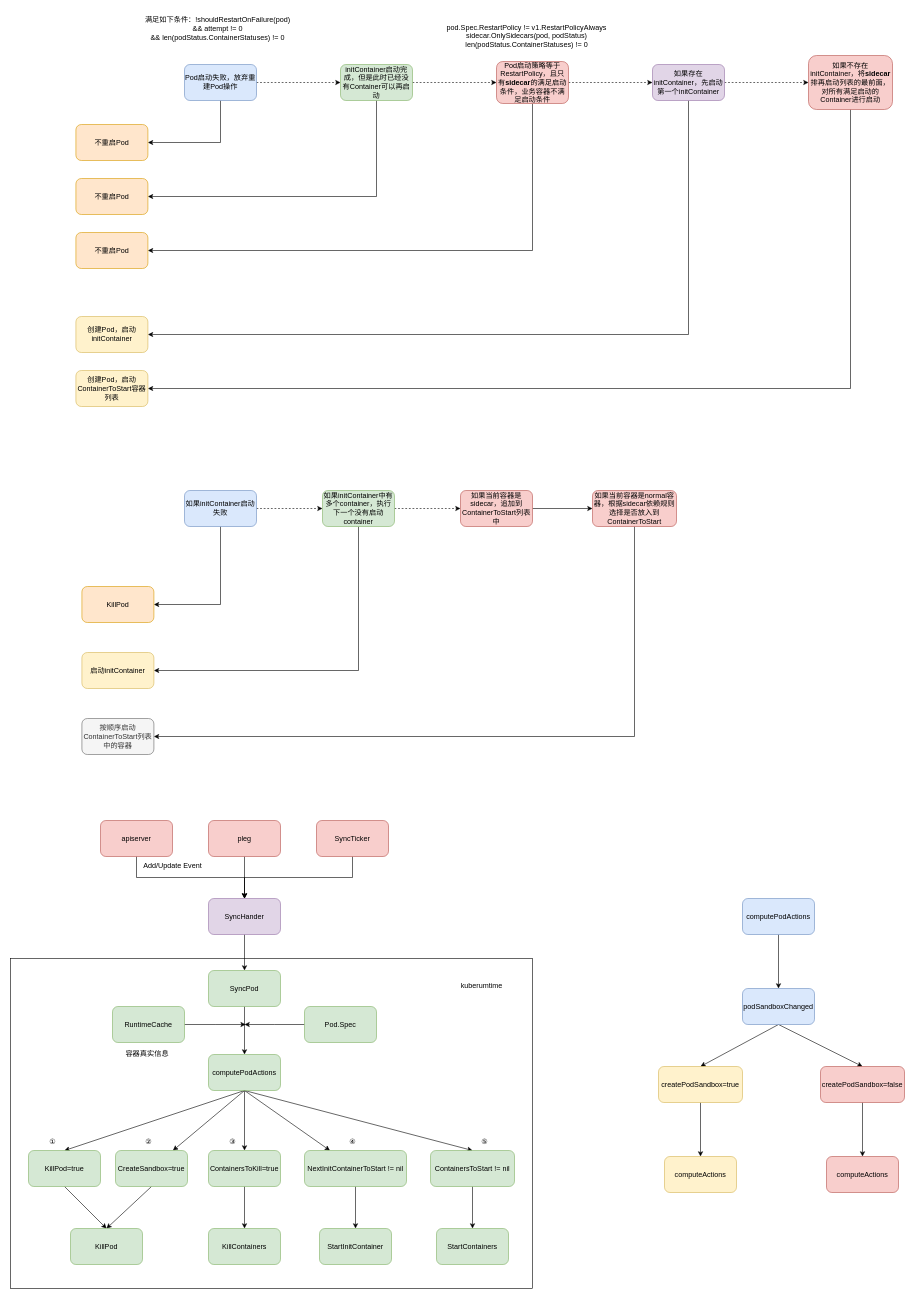
Earlier version of the draw.io diagram page "sidecar整改" (9 of 12) of kubelet/kubelet.drawio (jingrenzhou/drawio). Source tidied: cells renumbered, new cells numbered last; positions are measured from the earlier drawing's top-left corner, leaving out a move shared by most shapes. Both pictures are drawn from the tidied source at 60%, with x=0, y=0 at pixel (10, 10).
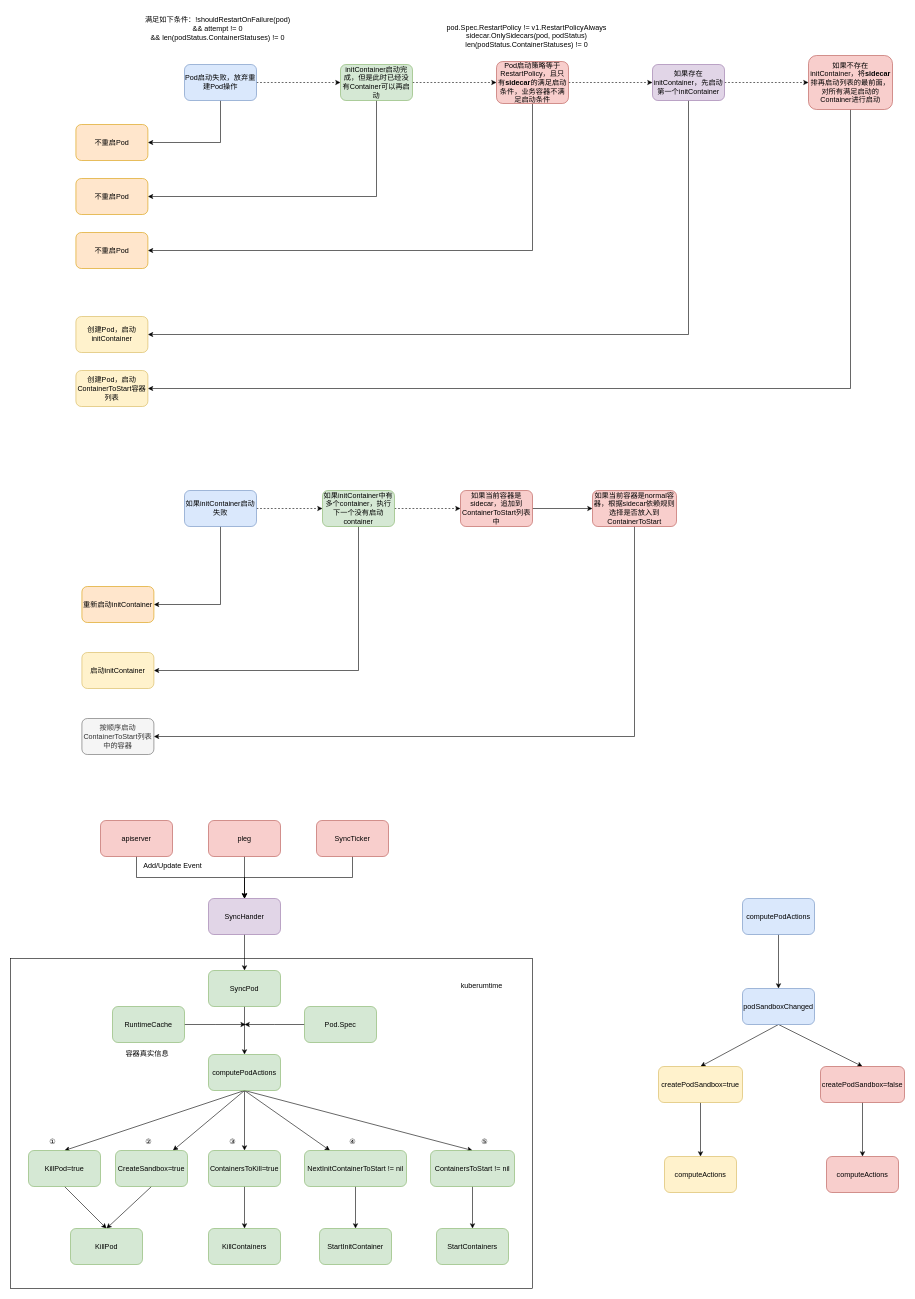
The same page after the edit.

Change to the diagram source:
```diff
@@
-    <mxCell id="27" value="KillPod" style="rounded=1;whiteSpace=wrap;html=1;fillColor=#ffe6cc;strokeColor=#d79b00;" parent="1" vertex="1">
+    <mxCell id="27" value="重新启动initContainer" style="rounded=1;whiteSpace=wrap;html=1;fillColor=#ffe6cc;strokeColor=#d79b00;" parent="1" vertex="1">
       <mxGeometry x="119" y="960" width="120" height="60" as="geometry" />
     </mxCell>
```
